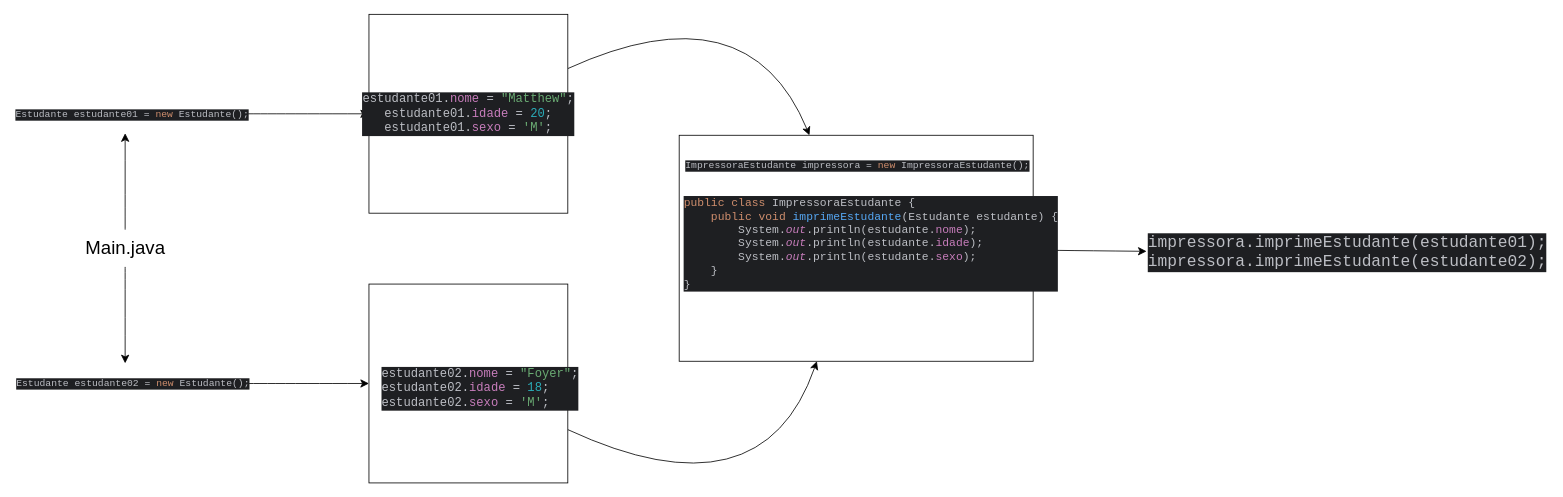
Above: parametros_tipo_referencia.drawio in mateus-s-a/Aprendizado-Java (draw.io), before the change. Source tidied: cells renumbered, new cells numbered last; positions are measured from the earlier drawing's top-left corner, leaving out a move shared by most shapes. Both pictures are drawn from the tidied source at 81%, with x=0, y=0 at pixel (14, -14).
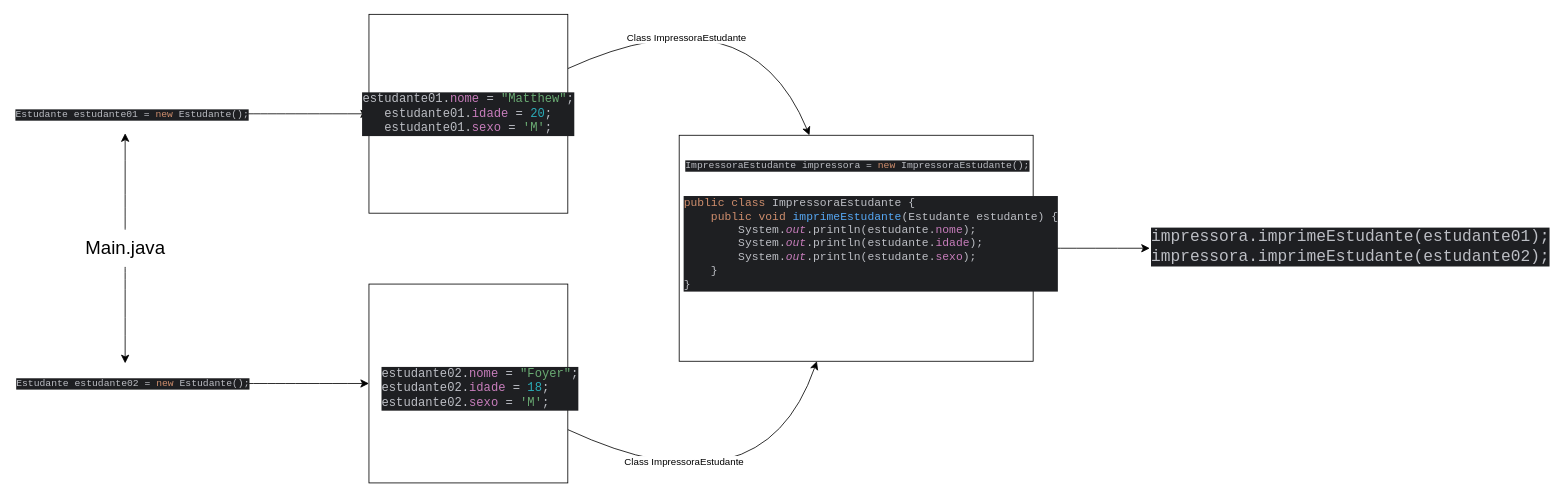
The same diagram, later.

Unchanged cells that the change refers to:
```xml
<mxCell id="6" style="edgeStyle=none;curved=1;rounded=0;jettySize=auto;html=1;fontSize=12;startSize=8;endSize=8;" parent="1" edge="1" source="7" target="15">
  <mxGeometry relative="1" as="geometry">
    <Array as="points">
      <mxPoint x="906" />
    </Array>
  </mxGeometry>
</mxCell>
<mxCell id="8" style="edgeStyle=none;curved=1;rounded=0;jettySize=auto;html=1;fontSize=12;startSize=8;endSize=8;" parent="1" edge="1" source="9" target="15">
  <mxGeometry relative="1" as="geometry">
    <Array as="points">
      <mxPoint x="923" y="658" />
    </Array>
  </mxGeometry>
</mxCell>
```

What changed in the source:
```diff
@@
+    <mxCell id="19" value="Class ImpressoraEstudante" style="edgeLabel;html=1;align=center;verticalAlign=middle;fontSize=12;" parent="6" vertex="1">
+      <mxGeometry x="-0.33" y="-25" relative="1" as="geometry">
+        <mxPoint x="1" as="offset" />
+      </mxGeometry>
+    </mxCell>
@@
+    <mxCell id="20" value="Class ImpressoraEstudante" style="edgeLabel;html=1;align=center;verticalAlign=middle;fontSize=12;" parent="8" vertex="1">
+      <mxGeometry x="-0.38" y="24" relative="1" as="geometry" />
+    </mxCell>
@@
     <mxCell id="18" value="&lt;div style=&quot;background-color: rgb(30, 31, 34); color: rgb(188, 190, 196);&quot;&gt;&lt;pre style=&quot;font-family:'JetBrains Mono',monospace;font-size:9,8pt;&quot;&gt;&lt;font style=&quot;font-size: 20px;&quot;&gt;impressora.imprimeEstudante(estudante01);&lt;br&gt;impressora.imprimeEstudante(estudante02);&lt;/font&gt;&lt;/pre&gt;&lt;/div&gt;" style="text;whiteSpace=wrap;html=1;" parent="1" vertex="1">
-      <mxGeometry x="1398" y="285.5" width="465" height="87.5" as="geometry" />
+      <mxGeometry x="1402" y="279.2" width="465" height="87.5" as="geometry" />
     </mxCell>
```
